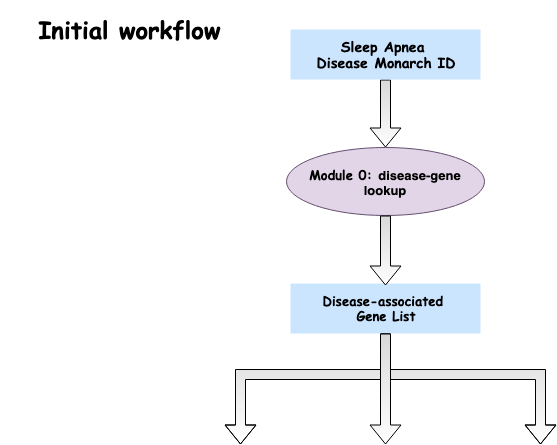
imxiaow/SleepApnea-Presentation keeps this draw.io diagram as workflow2_diagram.png. Above is the earlier version. Source tidied: cells renumbered, new cells last; positions are measured from the earlier drawing's top-left corner, leaving out a move shared by most shapes.
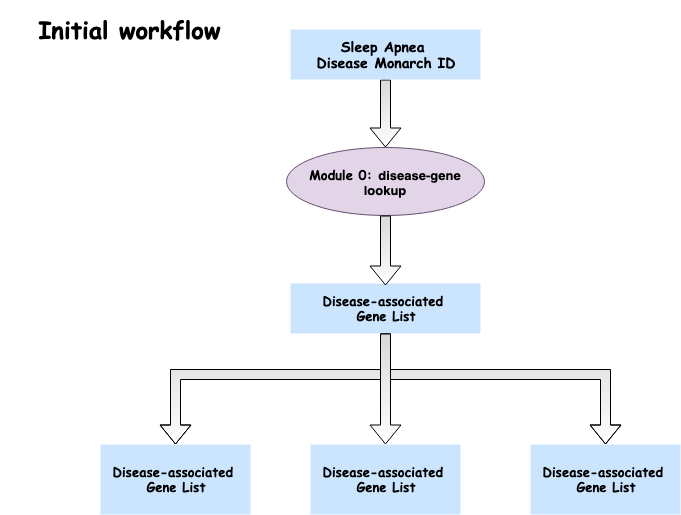
The same diagram one commit later.

Diff of the diagram source:
```diff
@@ -23,18 +23,16 @@
         <mxPoint x="385" y="271" as="targetPoint" />
       </mxGeometry>
     </mxCell>
-    <mxCell id="8" style="edgeStyle=elbowEdgeStyle;elbow=vertical;startArrow=none;endArrow=block;rounded=0;fillColor=#D9D9D9;gradientColor=#ffffff;fontFamily=Comic Sans MS;shape=flexArrow;strokeColor=#000000;" parent="1" edge="1">
+    <mxCell id="8" style="edgeStyle=elbowEdgeStyle;elbow=vertical;startArrow=none;endArrow=block;rounded=0;fillColor=#D9D9D9;gradientColor=#ffffff;fontFamily=Comic Sans MS;shape=flexArrow;strokeColor=#000000;entryX=0.5;entryY=0;entryDx=0;entryDy=0;" parent="1" edge="1" target="11">
       <mxGeometry relative="1" as="geometry">
         <mxPoint x="385" y="319" as="sourcePoint" />
-        <mxPoint x="540" y="430" as="targetPoint" />
         <Array as="points">
           <mxPoint x="470" y="360" />
         </Array>
       </mxGeometry>
     </mxCell>
-    <mxCell id="9" style="edgeStyle=elbowEdgeStyle;elbow=vertical;startArrow=none;endArrow=block;rounded=0;fillColor=#D9D9D9;gradientColor=#ffffff;fontFamily=Comic Sans MS;shape=flexArrow;strokeColor=#000000;exitX=0.5;exitY=1;exitDx=0;exitDy=0;" parent="1" edge="1" source="5">
+    <mxCell id="9" style="edgeStyle=elbowEdgeStyle;elbow=vertical;startArrow=none;endArrow=block;rounded=0;fillColor=#D9D9D9;gradientColor=#ffffff;fontFamily=Comic Sans MS;shape=flexArrow;strokeColor=#000000;exitX=0.5;exitY=1;exitDx=0;exitDy=0;entryX=0.5;entryY=0;entryDx=0;entryDy=0;" parent="1" edge="1" source="5" target="12">
       <mxGeometry relative="1" as="geometry">
-        <mxPoint x="240" y="430" as="targetPoint" />
         <Array as="points">
           <mxPoint x="340" y="360" />
         </Array>
@@ -46,5 +44,14 @@
         <mxPoint x="385" y="430" as="targetPoint" />
       </mxGeometry>
     </mxCell>
+    <mxCell id="11" value="&lt;h4 style=&quot;font-size: 13px&quot;&gt;&lt;font face=&quot;Comic Sans MS&quot; style=&quot;font-size: 13px&quot;&gt;Disease-associated&amp;nbsp;&lt;br&gt;&lt;/font&gt;&lt;font face=&quot;Comic Sans MS&quot; style=&quot;font-size: 13px&quot;&gt;Gene List&lt;/font&gt;&lt;/h4&gt;" style="rounded=0;whiteSpace=wrap;html=1;fillColor=#cce5ff;strokeColor=none;" parent="1" vertex="1">
+      <mxGeometry x="530" y="430" width="150" height="70" as="geometry" />
+    </mxCell>
+    <mxCell id="12" value="&lt;h4 style=&quot;font-size: 13px&quot;&gt;&lt;font face=&quot;Comic Sans MS&quot; style=&quot;font-size: 13px&quot;&gt;Disease-associated&amp;nbsp;&lt;br&gt;&lt;/font&gt;&lt;font face=&quot;Comic Sans MS&quot; style=&quot;font-size: 13px&quot;&gt;Gene List&lt;/font&gt;&lt;/h4&gt;" style="rounded=0;whiteSpace=wrap;html=1;fillColor=#cce5ff;strokeColor=none;" parent="1" vertex="1">
+      <mxGeometry x="100" y="430" width="150" height="70" as="geometry" />
+    </mxCell>
+    <mxCell id="13" value="&lt;h4 style=&quot;font-size: 13px&quot;&gt;&lt;font face=&quot;Comic Sans MS&quot; style=&quot;font-size: 13px&quot;&gt;Disease-associated&amp;nbsp;&lt;br&gt;&lt;/font&gt;&lt;font face=&quot;Comic Sans MS&quot; style=&quot;font-size: 13px&quot;&gt;Gene List&lt;/font&gt;&lt;/h4&gt;" style="rounded=0;whiteSpace=wrap;html=1;fillColor=#cce5ff;strokeColor=none;" parent="1" vertex="1">
+      <mxGeometry x="310" y="430" width="150" height="70" as="geometry" />
+    </mxCell>
   </root>
 </mxGraphModel>
```
